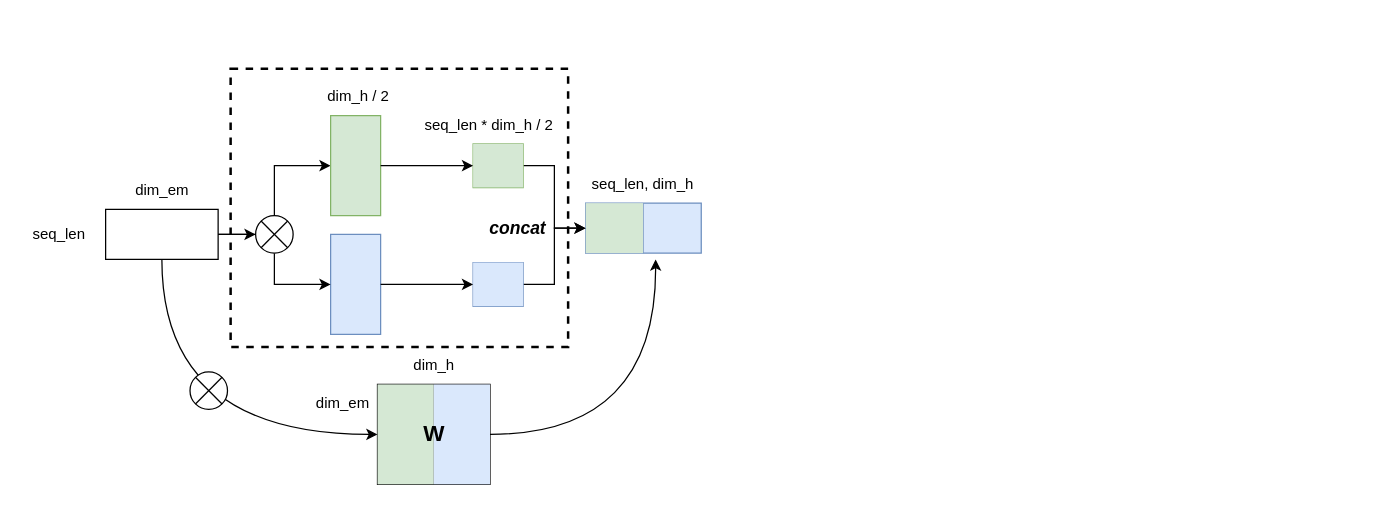
Before: assets/tp.drawio in ShizhongP/dl-notes, a draw.io diagram. Source tidied: cells renumbered, new cells numbered last; positions are measured from the earlier drawing's top-left corner, leaving out a move shared by most shapes. Both pictures are drawn from the tidied source at 125%, with x=0, y=0 at pixel (20, 69).
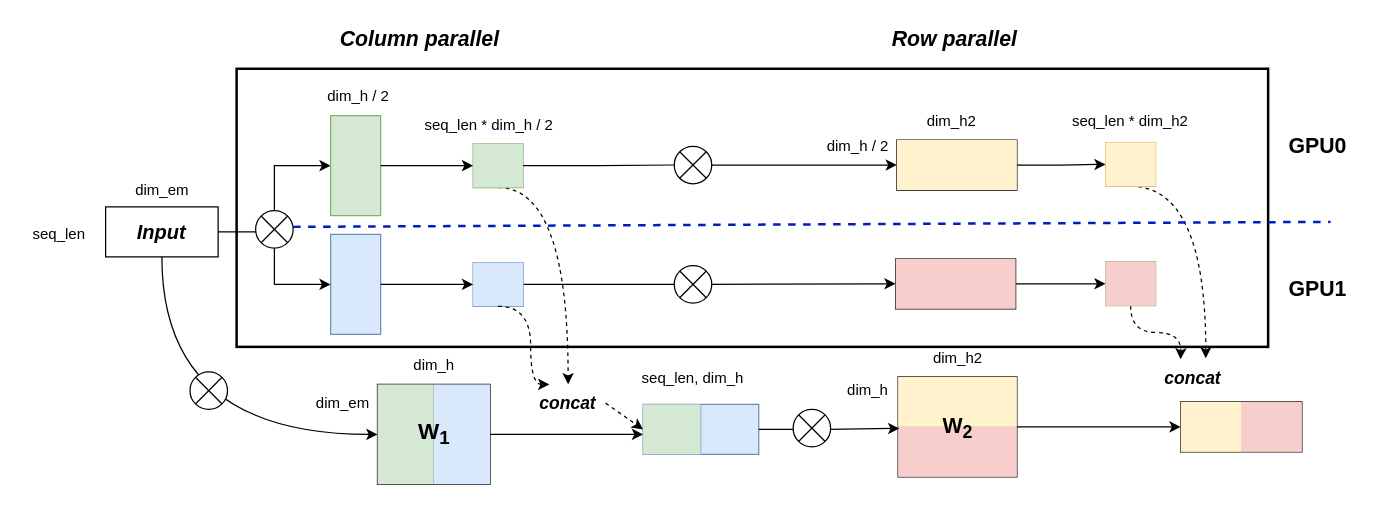
After the change.

Unchanged cells that the change refers to:
```xml
<mxCell id="4" style="shape=table;startSize=0;childLayout=tableLayout;" parent="1" vertex="1">
  <mxGeometry x="285.5" y="252" width="90" height="80" as="geometry" />
</mxCell>
<mxCell id="16" style="shape=tableRow;horizontal=0;startSize=0;swimlaneHead=0;swimlaneBody=0;strokeColor=inherit;top=0;left=0;bottom=0;right=0;fillColor=none;points=[[0,0.5],[1,0.5]];portConstraint=eastwest;" parent="15" vertex="1">
  <mxGeometry width="92.5" height="40" as="geometry" />
</mxCell>
<mxCell id="20" style="shape=table;startSize=0;childLayout=tableLayout;fillColor=#d5e8d4;strokeColor=#82b366;" parent="1" vertex="1">
  <mxGeometry x="362" y="59.5" width="40" height="35" as="geometry" />
</mxCell>
<mxCell id="24" style="shape=table;startSize=0;childLayout=tableLayout;fillColor=#dae8fc;strokeColor=#6c8ebf;" parent="1" vertex="1">
  <mxGeometry x="362" y="154.5" width="40" height="35" as="geometry" />
</mxCell>
```

Change to the diagram source:
```diff
@@
-    <mxCell id="2" style="rounded=0;whiteSpace=wrap;html=1;dashed=1;strokeWidth=2;" parent="1" vertex="1">
-      <mxGeometry x="168" y="-0.5" width="270" height="222.5" as="geometry" />
+    <mxCell id="2" style="rounded=0;whiteSpace=wrap;html=1;strokeWidth=2;" parent="1" vertex="1">
+      <mxGeometry x="172.8" y="-0.5" width="825.2" height="222.5" as="geometry" />
     </mxCell>
-    <mxCell id="3" style="edgeStyle=orthogonalEdgeStyle;rounded=0;jettySize=auto;html=1;exitX=1;exitY=0.5;exitDx=0;exitDy=0;curved=1;" parent="1" edge="1" source="4">
-      <mxGeometry relative="1" as="geometry">
-        <mxPoint x="508" y="152" as="targetPoint" />
-      </mxGeometry>
-    </mxCell>
+    <mxCell id="44" style="edgeStyle=orthogonalEdgeStyle;rounded=0;jettySize=auto;html=1;exitX=1;exitY=0.5;exitDx=0;exitDy=0;" parent="1" edge="1" source="4">
+      <mxGeometry relative="1" as="geometry">
+        <mxPoint x="498" y="292" as="targetPoint" />
+      </mxGeometry>
+    </mxCell>
@@
-    <mxCell id="10" style="rounded=0;whiteSpace=wrap;html=1;" parent="1" vertex="1">
-      <mxGeometry x="68" y="112" width="90" height="40" as="geometry" />
+    <mxCell id="10" value="&lt;b&gt;&lt;font style=&quot;font-size: 16px;&quot;&gt;&lt;i&gt;Input&lt;/i&gt;&lt;/font&gt;&lt;/b&gt;" style="rounded=0;whiteSpace=wrap;html=1;" parent="1" vertex="1">
+      <mxGeometry x="68" y="110" width="90" height="40" as="geometry" />
     </mxCell>
@@
     <mxCell id="15" style="shape=table;startSize=0;childLayout=tableLayout;fillColor=#dae8fc;strokeColor=#6c8ebf;" parent="1" vertex="1">
-      <mxGeometry x="452" y="107" width="92.5" height="40" as="geometry" />
+      <mxGeometry x="498" y="268" width="92.5" height="40" as="geometry" />
     </mxCell>
@@
-    <mxCell id="19" style="edgeStyle=orthogonalEdgeStyle;rounded=0;jettySize=auto;html=1;exitX=1;exitY=0.5;exitDx=0;exitDy=0;entryX=0;entryY=0.5;entryDx=0;entryDy=0;" parent="1" edge="1" source="20" target="16">
-      <mxGeometry relative="1" as="geometry" />
-    </mxCell>
+    <mxCell id="45" style="edgeStyle=orthogonalEdgeStyle;rounded=0;jettySize=auto;html=1;exitX=0.5;exitY=1;exitDx=0;exitDy=0;entryX=0.5;entryY=0;entryDx=0;entryDy=0;dashed=1;curved=1;" parent="1" edge="1" source="20" target="27">
+      <mxGeometry relative="1" as="geometry">
+        <Array as="points">
+          <mxPoint x="438" y="95" />
+        </Array>
+      </mxGeometry>
+    </mxCell>
+    <mxCell id="46" style="edgeStyle=orthogonalEdgeStyle;rounded=0;jettySize=auto;html=1;exitX=1;exitY=0.5;exitDx=0;exitDy=0;" parent="1" edge="1" source="73" target="63">
+      <mxGeometry relative="1" as="geometry" />
+    </mxCell>
@@
-    <mxCell id="23" style="edgeStyle=orthogonalEdgeStyle;rounded=0;jettySize=auto;html=1;exitX=1;exitY=0.5;exitDx=0;exitDy=0;entryX=0;entryY=0.5;entryDx=0;entryDy=0;" parent="1" edge="1" source="24" target="15">
-      <mxGeometry relative="1" as="geometry" />
-    </mxCell>
+    <mxCell id="47" style="edgeStyle=orthogonalEdgeStyle;rounded=0;jettySize=auto;html=1;exitX=1;exitY=0.5;exitDx=0;exitDy=0;entryX=0;entryY=0.5;entryDx=0;entryDy=0;" parent="1" edge="1" source="24" target="66">
+      <mxGeometry relative="1" as="geometry" />
+    </mxCell>
@@
     <mxCell id="27" value="&lt;b&gt;&lt;i&gt;&lt;font style=&quot;font-size: 14px;&quot;&gt;concat&lt;/font&gt;&lt;/i&gt;&lt;/b&gt;" style="text;html=1;align=center;verticalAlign=middle;whiteSpace=wrap;rounded=0;" parent="1" vertex="1">
-      <mxGeometry x="368" y="112" width="60" height="30" as="geometry" />
+      <mxGeometry x="408" y="252" width="60" height="30" as="geometry" />
     </mxCell>
@@
-    <mxCell id="34" style="edgeStyle=orthogonalEdgeStyle;rounded=0;jettySize=auto;html=1;exitX=1;exitY=0.5;exitDx=0;exitDy=0;entryX=0;entryY=0.5;entryDx=0;entryDy=0;" parent="1" edge="1" source="10" target="36">
-      <mxGeometry relative="1" as="geometry" />
-    </mxCell>
@@
     <mxCell id="36" style="shape=sumEllipse;perimeter=ellipsePerimeter;whiteSpace=wrap;html=1;backgroundOutline=1;" parent="1" vertex="1">
-      <mxGeometry x="188" y="117" width="30" height="30" as="geometry" />
+      <mxGeometry x="188" y="113" width="30" height="30" as="geometry" />
     </mxCell>
@@
-    <mxCell id="39" value="&lt;b&gt;&lt;font style=&quot;font-size: 18px;&quot;&gt;W&lt;/font&gt;&lt;/b&gt;" style="text;html=1;align=center;verticalAlign=middle;whiteSpace=wrap;rounded=0;" parent="1" vertex="1">
+    <mxCell id="39" value="&lt;b&gt;&lt;font style=&quot;font-size: 18px;&quot;&gt;W&lt;sub&gt;1&lt;/sub&gt;&lt;/font&gt;&lt;/b&gt;" style="text;html=1;align=center;verticalAlign=middle;whiteSpace=wrap;rounded=0;" parent="1" vertex="1">
       <mxGeometry x="300.5" y="277" width="60" height="30" as="geometry" />
     </mxCell>
@@
     <mxCell id="42" value="seq_len, dim_h" style="text;html=1;align=center;verticalAlign=middle;whiteSpace=wrap;rounded=0;" parent="1" vertex="1">
-      <mxGeometry x="438.4" y="77" width="119.8" height="30" as="geometry" />
+      <mxGeometry x="478" y="232" width="119.8" height="30" as="geometry" />
     </mxCell>
@@
+    <mxCell id="48" style="edgeStyle=orthogonalEdgeStyle;rounded=0;jettySize=auto;html=1;exitX=1;exitY=0.5;exitDx=0;exitDy=0;" parent="1" edge="1" source="49" target="84">
+      <mxGeometry relative="1" as="geometry" />
+    </mxCell>
+    <mxCell id="49" style="shape=table;startSize=0;childLayout=tableLayout;" parent="1" vertex="1">
+      <mxGeometry x="702" y="246" width="95" height="80" as="geometry" />
+    </mxCell>
+    <mxCell id="50" style="shape=tableRow;horizontal=0;startSize=0;swimlaneHead=0;swimlaneBody=0;strokeColor=inherit;top=0;left=0;bottom=0;right=0;fillColor=none;" parent="49" vertex="1">
+      <mxGeometry width="95" height="40" as="geometry" />
+    </mxCell>
+    <mxCell id="51" style="shape=partialRectangle;html=1;whiteSpace=wrap;strokeColor=#d6b656;overflow=hidden;fillColor=#fff2cc;top=0;left=0;bottom=0;right=0;" parent="50" vertex="1">
+      <mxGeometry width="95" height="40" as="geometry" />
+    </mxCell>
+    <mxCell id="52" style="shape=tableRow;horizontal=0;startSize=0;swimlaneHead=0;swimlaneBody=0;strokeColor=inherit;top=0;left=0;bottom=0;right=0;fillColor=none;points=[[0,0.5],[1,0.5]];portConstraint=eastwest;" parent="49" vertex="1">
+      <mxGeometry y="40" width="95" height="40" as="geometry" />
+    </mxCell>
+    <mxCell id="53" style="shape=partialRectangle;html=1;whiteSpace=wrap;strokeColor=#b85450;overflow=hidden;fillColor=#f8cecc;top=0;left=0;bottom=0;right=0;" parent="52" vertex="1">
+      <mxGeometry width="95" height="40" as="geometry" />
+    </mxCell>
+    <mxCell id="54" value="dim_h" style="text;html=1;align=center;verticalAlign=middle;whiteSpace=wrap;rounded=0;" parent="1" vertex="1">
+      <mxGeometry x="648" y="242" width="60" height="30" as="geometry" />
+    </mxCell>
+    <mxCell id="55" value="dim_h2" style="text;html=1;align=center;verticalAlign=middle;whiteSpace=wrap;rounded=0;" parent="1" vertex="1">
+      <mxGeometry x="719.5" y="216" width="60" height="30" as="geometry" />
+    </mxCell>
+    <mxCell id="56" value="&lt;b&gt;&lt;font style=&quot;font-size: 17px;&quot;&gt;W&lt;sub&gt;2&lt;/sub&gt;&lt;/font&gt;&lt;/b&gt;" style="text;html=1;align=center;verticalAlign=middle;whiteSpace=wrap;rounded=0;" parent="1" vertex="1">
+      <mxGeometry x="719.5" y="272" width="60" height="30" as="geometry" />
+    </mxCell>
+    <mxCell id="57" style="edgeStyle=orthogonalEdgeStyle;rounded=0;jettySize=auto;html=1;exitX=0.5;exitY=1;exitDx=0;exitDy=0;entryX=0.25;entryY=0;entryDx=0;entryDy=0;dashed=1;curved=1;" parent="1" edge="1" source="24" target="27">
+      <mxGeometry relative="1" as="geometry">
+        <Array as="points">
+          <mxPoint x="408" y="190" />
+          <mxPoint x="408" y="252" />
+        </Array>
+      </mxGeometry>
+    </mxCell>
+    <mxCell id="58" style="endArrow=classic;html=1;rounded=0;exitX=1;exitY=0.5;exitDx=0;exitDy=0;entryX=0;entryY=0.5;entryDx=0;entryDy=0;dashed=1;" parent="1" edge="1" source="27" target="16">
+      <mxGeometry relative="1" as="geometry" />
+    </mxCell>
+    <mxCell id="59" style="edgeStyle=orthogonalEdgeStyle;rounded=0;jettySize=auto;html=1;exitX=1;exitY=0.5;exitDx=0;exitDy=0;entryX=0.01;entryY=0.03;entryDx=0;entryDy=0;entryPerimeter=0;" parent="1" edge="1" source="16" target="52">
+      <mxGeometry relative="1" as="geometry" />
+    </mxCell>
+    <mxCell id="60" style="shape=sumEllipse;perimeter=ellipsePerimeter;whiteSpace=wrap;html=1;backgroundOutline=1;" parent="1" vertex="1">
+      <mxGeometry x="618" y="272" width="30" height="30" as="geometry" />
+    </mxCell>
+    <mxCell id="61" style="edgeStyle=orthogonalEdgeStyle;rounded=0;jettySize=auto;html=1;exitX=1;exitY=0.5;exitDx=0;exitDy=0;entryX=0;entryY=0.5;entryDx=0;entryDy=0;" parent="1" edge="1" source="62" target="76">
+      <mxGeometry relative="1" as="geometry" />
+    </mxCell>
+    <mxCell id="62" style="shape=table;startSize=0;childLayout=tableLayout;" parent="1" vertex="1">
+      <mxGeometry x="701" y="56.5" width="96" height="40" as="geometry" />
+    </mxCell>
+    <mxCell id="63" style="shape=tableRow;horizontal=0;startSize=0;swimlaneHead=0;swimlaneBody=0;strokeColor=inherit;top=0;left=0;bottom=0;right=0;fillColor=none;points=[[0,0.5],[1,0.5]];portConstraint=eastwest;" parent="62" vertex="1">
+      <mxGeometry width="96" height="40" as="geometry" />
+    </mxCell>
+    <mxCell id="64" style="shape=partialRectangle;html=1;whiteSpace=wrap;strokeColor=#d6b656;overflow=hidden;fillColor=#fff2cc;top=0;left=0;bottom=0;right=0;" parent="63" vertex="1">
+      <mxGeometry width="96" height="40" as="geometry" />
+    </mxCell>
+    <mxCell id="65" style="edgeStyle=orthogonalEdgeStyle;rounded=0;jettySize=auto;html=1;exitX=1;exitY=0.5;exitDx=0;exitDy=0;entryX=0;entryY=0.5;entryDx=0;entryDy=0;" parent="1" edge="1" source="66" target="80">
+      <mxGeometry relative="1" as="geometry" />
+    </mxCell>
+    <mxCell id="66" style="shape=table;startSize=0;childLayout=tableLayout;" parent="1" vertex="1">
+      <mxGeometry x="700" y="151.5" width="96" height="40" as="geometry" />
+    </mxCell>
+    <mxCell id="67" style="shape=tableRow;horizontal=0;startSize=0;swimlaneHead=0;swimlaneBody=0;strokeColor=inherit;top=0;left=0;bottom=0;right=0;fillColor=none;" parent="66" vertex="1">
+      <mxGeometry width="96" height="40" as="geometry" />
+    </mxCell>
+    <mxCell id="68" style="shape=partialRectangle;html=1;whiteSpace=wrap;strokeColor=#b85450;overflow=hidden;fillColor=#f8cecc;top=0;left=0;bottom=0;right=0;" parent="67" vertex="1">
+      <mxGeometry width="96" height="40" as="geometry" />
+    </mxCell>
+    <mxCell id="69" value="dim_h2" style="text;html=1;align=center;verticalAlign=middle;whiteSpace=wrap;rounded=0;" parent="1" vertex="1">
+      <mxGeometry x="715" y="26.5" width="60" height="30" as="geometry" />
+    </mxCell>
+    <mxCell id="70" value="dim_h / 2" style="text;html=1;align=center;verticalAlign=middle;whiteSpace=wrap;rounded=0;" parent="1" vertex="1">
+      <mxGeometry x="640" y="47" width="60" height="30" as="geometry" />
+    </mxCell>
+    <mxCell id="71" style="shape=sumEllipse;perimeter=ellipsePerimeter;whiteSpace=wrap;html=1;backgroundOutline=1;" parent="1" vertex="1">
+      <mxGeometry x="522.9" y="157" width="30" height="30" as="geometry" />
+    </mxCell>
+    <mxCell id="72" style="edgeStyle=orthogonalEdgeStyle;rounded=0;jettySize=auto;html=1;exitX=1;exitY=0.5;exitDx=0;exitDy=0;endArrow=none;endFill=0;" parent="1" edge="1" source="20" target="73">
+      <mxGeometry relative="1" as="geometry" />
+    </mxCell>
+    <mxCell id="73" style="shape=sumEllipse;perimeter=ellipsePerimeter;whiteSpace=wrap;html=1;backgroundOutline=1;" parent="1" vertex="1">
+      <mxGeometry x="522.9" y="61.5" width="30" height="30" as="geometry" />
+    </mxCell>
+    <mxCell id="74" style="edgeStyle=orthogonalEdgeStyle;rounded=0;jettySize=auto;html=1;exitX=0.5;exitY=1;exitDx=0;exitDy=0;dashed=1;curved=1;entryX=0.669;entryY=-0.027;entryDx=0;entryDy=0;entryPerimeter=0;" parent="1" edge="1" source="75" target="87">
+      <mxGeometry relative="1" as="geometry">
+        <Array as="points">
+          <mxPoint x="948" y="93" />
+        </Array>
+      </mxGeometry>
+    </mxCell>
+    <mxCell id="75" style="shape=table;startSize=0;childLayout=tableLayout;fillColor=#fff2cc;strokeColor=#d6b656;" parent="1" vertex="1">
+      <mxGeometry x="868" y="58.5" width="40" height="35" as="geometry" />
+    </mxCell>
+    <mxCell id="76" style="shape=tableRow;horizontal=0;startSize=0;swimlaneHead=0;swimlaneBody=0;strokeColor=inherit;top=0;left=0;bottom=0;right=0;fillColor=none;points=[[0,0.5],[1,0.5]];portConstraint=eastwest;" parent="75" vertex="1">
+      <mxGeometry width="40" height="35" as="geometry" />
+    </mxCell>
+    <mxCell id="77" style="shape=partialRectangle;html=1;whiteSpace=wrap;strokeColor=#d6b656;overflow=hidden;fillColor=#fff2cc;top=0;left=0;bottom=0;right=0;" parent="76" vertex="1">
+      <mxGeometry width="40" height="35" as="geometry" />
+    </mxCell>
+    <mxCell id="78" style="edgeStyle=orthogonalEdgeStyle;rounded=0;jettySize=auto;html=1;exitX=0.5;exitY=1;exitDx=0;exitDy=0;dashed=1;curved=1;" parent="1" edge="1" source="79">
+      <mxGeometry relative="1" as="geometry">
+        <mxPoint x="928" y="232" as="targetPoint" />
+      </mxGeometry>
+    </mxCell>
+    <mxCell id="79" style="shape=table;startSize=0;childLayout=tableLayout;fillColor=#d5e8d4;strokeColor=#82b366;" parent="1" vertex="1">
+      <mxGeometry x="868" y="154" width="40" height="35" as="geometry" />
+    </mxCell>
+    <mxCell id="80" style="shape=tableRow;horizontal=0;startSize=0;swimlaneHead=0;swimlaneBody=0;strokeColor=#b85450;top=0;left=0;bottom=0;right=0;fillColor=#f8cecc;points=[[0,0.5],[1,0.5]];portConstraint=eastwest;" parent="79" vertex="1">
+      <mxGeometry width="40" height="35" as="geometry" />
+    </mxCell>
+    <mxCell id="81" style="shape=partialRectangle;html=1;whiteSpace=wrap;strokeColor=#b85450;overflow=hidden;fillColor=#f8cecc;top=0;left=0;bottom=0;right=0;" parent="80" vertex="1">
+      <mxGeometry width="40" height="35" as="geometry" />
+    </mxCell>
+    <mxCell id="82" value="seq_len * dim_h2" style="text;html=1;align=center;verticalAlign=middle;whiteSpace=wrap;rounded=0;" parent="1" vertex="1">
+      <mxGeometry x="833" y="26.5" width="110" height="30" as="geometry" />
+    </mxCell>
+    <mxCell id="83" style="shape=table;startSize=0;childLayout=tableLayout;" parent="1" vertex="1">
+      <mxGeometry x="928" y="266" width="97" height="40" as="geometry" />
+    </mxCell>
+    <mxCell id="84" style="shape=tableRow;horizontal=0;startSize=0;swimlaneHead=0;swimlaneBody=0;strokeColor=inherit;top=0;left=0;bottom=0;right=0;fillColor=none;points=[[0,0.5],[1,0.5]];portConstraint=eastwest;" parent="83" vertex="1">
+      <mxGeometry width="97" height="40" as="geometry" />
+    </mxCell>
+    <mxCell id="85" style="shape=partialRectangle;html=1;whiteSpace=wrap;strokeColor=#d6b656;overflow=hidden;fillColor=#fff2cc;top=0;left=0;bottom=0;right=0;" parent="84" vertex="1">
+      <mxGeometry width="49" height="40" as="geometry" />
+    </mxCell>
+    <mxCell id="86" style="shape=partialRectangle;html=1;whiteSpace=wrap;strokeColor=#b85450;overflow=hidden;fillColor=#f8cecc;top=0;left=0;bottom=0;right=0;" parent="84" vertex="1">
+      <mxGeometry x="49" width="48" height="40" as="geometry" />
+    </mxCell>
+    <mxCell id="87" value="&lt;b&gt;&lt;i&gt;&lt;font style=&quot;font-size: 14px;&quot;&gt;concat&lt;/font&gt;&lt;/i&gt;&lt;/b&gt;" style="text;html=1;align=center;verticalAlign=middle;whiteSpace=wrap;rounded=0;" parent="1" vertex="1">
+      <mxGeometry x="908" y="232" width="60" height="30" as="geometry" />
+    </mxCell>
+    <mxCell id="88" style="endArrow=none;dashed=1;html=1;rounded=0;strokeWidth=2;fillColor=#0050ef;strokeColor=#001DBC;" parent="1" edge="1">
+      <mxGeometry relative="1" as="geometry">
+        <mxPoint x="218" y="126" as="sourcePoint" />
+        <mxPoint x="1048" y="122" as="targetPoint" />
+      </mxGeometry>
+    </mxCell>
+    <mxCell id="89" value="&lt;b&gt;&lt;font style=&quot;font-size: 17px;&quot;&gt;GPU0&lt;/font&gt;&lt;/b&gt;" style="text;html=1;align=center;verticalAlign=middle;whiteSpace=wrap;rounded=0;" parent="1" vertex="1">
+      <mxGeometry x="1008" y="47" width="60" height="30" as="geometry" />
+    </mxCell>
+    <mxCell id="90" value="&lt;b&gt;&lt;font style=&quot;font-size: 17px;&quot;&gt;GPU1&lt;/font&gt;&lt;/b&gt;" style="text;html=1;align=center;verticalAlign=middle;whiteSpace=wrap;rounded=0;" parent="1" vertex="1">
+      <mxGeometry x="1008" y="161.5" width="60" height="30" as="geometry" />
+    </mxCell>
+    <mxCell id="91" value="&lt;b&gt;&lt;i&gt;&lt;font style=&quot;font-size: 17px;&quot;&gt;Column parallel&lt;/font&gt;&lt;/i&gt;&lt;/b&gt;" style="text;html=1;align=center;verticalAlign=middle;whiteSpace=wrap;rounded=0;" parent="1" vertex="1">
+      <mxGeometry x="234.2" y="-38" width="171.2" height="30" as="geometry" />
+    </mxCell>
+    <mxCell id="92" value="&lt;b&gt;&lt;i&gt;&lt;font style=&quot;font-size: 17px;&quot;&gt;Row parallel&lt;/font&gt;&lt;/i&gt;&lt;/b&gt;" style="text;html=1;align=center;verticalAlign=middle;whiteSpace=wrap;rounded=0;" parent="1" vertex="1">
+      <mxGeometry x="661.8" y="-38" width="171.2" height="30" as="geometry" />
+    </mxCell>
```
